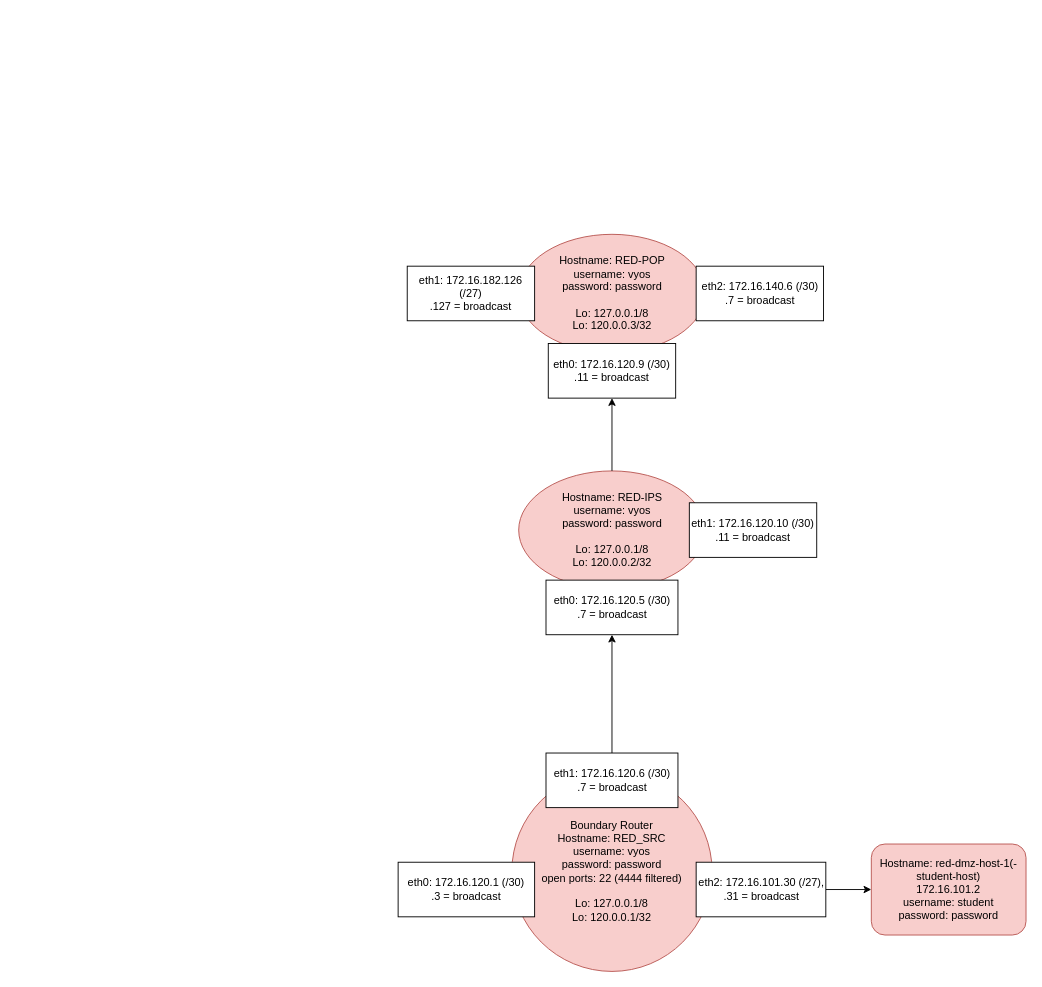
Earlier version of the draw.io diagram ctf/Untitled Diagram.drawio (abfarr/cctc). Source tidied: cells renumbered, new cells numbered last; positions are measured from the earlier drawing's top-left corner, leaving out a move shared by most shapes. Both pictures are drawn from the tidied source at 91%, with x=0, y=0 at pixel (398, 234).
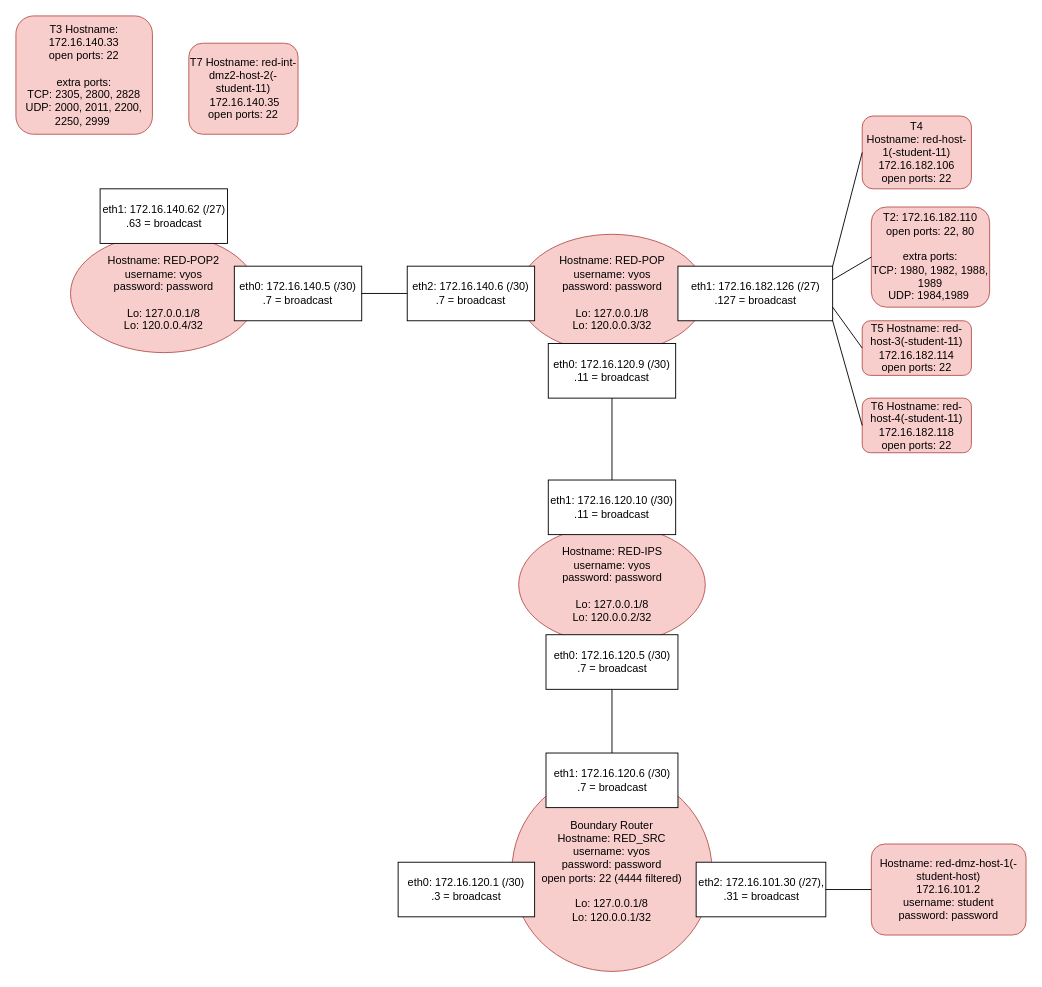
The same diagram, later.

The change refers to these unchanged cells:
```xml
<mxCell id="5" value="eth1: 172.16.120.6 (/30)&lt;br&gt;.7 = broadcast" style="rounded=0;whiteSpace=wrap;html=1;" parent="1" vertex="1">
  <mxGeometry x="162.5" y="570" width="145" height="60" as="geometry" />
</mxCell>
<mxCell id="7" value="eth2: 172.16.101.30 (/27),&lt;br&gt;.31 = broadcast" style="rounded=0;whiteSpace=wrap;html=1;" parent="1" vertex="1">
  <mxGeometry x="327.5" y="690" width="142.5" height="60" as="geometry" />
</mxCell>
<mxCell id="8" value="Hostname: red-dmz-host-1(-student-host)&lt;br&gt;172.16.101.2&lt;br&gt;username: student&lt;br&gt;password: password" style="rounded=1;whiteSpace=wrap;html=1;fillColor=#f8cecc;strokeColor=#b85450;" parent="1" vertex="1">
  <mxGeometry x="520" y="670" width="170" height="100" as="geometry" />
</mxCell>
<mxCell id="13" value="&lt;span&gt;eth0: 172.16.120.9 (/30)&lt;/span&gt;&lt;br&gt;&lt;span&gt;.11 = broadcast&lt;/span&gt;" style="rounded=0;whiteSpace=wrap;html=1;" parent="1" vertex="1">
  <mxGeometry x="165" y="120" width="140" height="60" as="geometry" />
</mxCell>
```

Diff of the diagram source:
```diff
@@
-    <mxCell id="4" style="edgeStyle=orthogonalEdgeStyle;rounded=0;jettySize=auto;html=1;exitX=0.5;exitY=0;exitDx=0;exitDy=0;entryX=0.5;entryY=1;entryDx=0;entryDy=0;" parent="1" edge="1" source="5" target="10">
-      <mxGeometry relative="1" as="geometry" />
-    </mxCell>
@@
-    <mxCell id="6" style="edgeStyle=orthogonalEdgeStyle;rounded=0;jettySize=auto;html=1;exitX=1;exitY=0.5;exitDx=0;exitDy=0;entryX=0;entryY=0.5;entryDx=0;entryDy=0;" parent="1" edge="1" source="7" target="8">
-      <mxGeometry relative="1" as="geometry" />
-    </mxCell>
@@
     <mxCell id="9" value="&lt;span&gt;Hostname: RED-IPS&lt;/span&gt;&lt;br&gt;&lt;span&gt;username: vyos&lt;/span&gt;&lt;br&gt;&lt;span&gt;password: password&lt;br&gt;&lt;br&gt;Lo: 127.0.0.1/8&lt;br&gt;Lo: 120.0.0.2/32&lt;br&gt;&lt;/span&gt;" style="ellipse;whiteSpace=wrap;html=1;fillColor=#f8cecc;strokeColor=#b85450;" parent="1" vertex="1">
-      <mxGeometry x="132.5" y="260" width="205" height="130" as="geometry" />
+      <mxGeometry x="132.5" y="320" width="205" height="130" as="geometry" />
     </mxCell>
     <mxCell id="10" value="&lt;span&gt;eth0: 172.16.120.5 (/30)&lt;/span&gt;&lt;br&gt;&lt;span&gt;.7 = broadcast&lt;/span&gt;" style="rounded=0;whiteSpace=wrap;html=1;" parent="1" vertex="1">
-      <mxGeometry x="162.5" y="380" width="145" height="60" as="geometry" />
+      <mxGeometry x="162.5" y="440" width="145" height="60" as="geometry" />
     </mxCell>
     <mxCell id="11" value="&lt;span&gt;eth1: 172.16.120.10 (/30)&lt;/span&gt;&lt;br&gt;&lt;span&gt;.11 = broadcast&lt;/span&gt;" style="rounded=0;whiteSpace=wrap;html=1;" parent="1" vertex="1">
-      <mxGeometry x="320" y="295" width="140" height="60" as="geometry" />
+      <mxGeometry x="165" y="270" width="140" height="60" as="geometry" />
     </mxCell>
@@
     <mxCell id="14" value="&lt;span&gt;eth1: 172.16.182.126 (/27)&lt;/span&gt;&lt;br&gt;&lt;span&gt;.127 = broadcast&lt;/span&gt;" style="rounded=0;whiteSpace=wrap;html=1;" parent="1" vertex="1">
-      <mxGeometry x="10" y="35" width="140" height="60" as="geometry" />
+      <mxGeometry x="307.5" y="35" width="170" height="60" as="geometry" />
     </mxCell>
-    <mxCell id="15" style="endArrow=classic;html=1;rounded=0;exitX=0.5;exitY=0;exitDx=0;exitDy=0;" parent="1" edge="1" source="9" target="13">
-      <mxGeometry relative="1" as="geometry" />
-    </mxCell>
     <mxCell id="16" value="&lt;span&gt;eth2: 172.16.140.6 (/30)&lt;/span&gt;&lt;br&gt;&lt;span&gt;.7 = broadcast&lt;/span&gt;" style="rounded=0;whiteSpace=wrap;html=1;" parent="1" vertex="1">
-      <mxGeometry x="327.5" y="35" width="140" height="60" as="geometry" />
+      <mxGeometry x="10" y="35" width="140" height="60" as="geometry" />
     </mxCell>
+    <mxCell id="17" value="T4&lt;br&gt;Hostname: red-host-1(-student-11)&lt;br&gt;172.16.182.106&lt;br&gt;open ports: 22" style="rounded=1;whiteSpace=wrap;html=1;fillColor=#f8cecc;strokeColor=#b85450;" parent="1" vertex="1">
+      <mxGeometry x="510" y="-130" width="120" height="80" as="geometry" />
+    </mxCell>
+    <mxCell id="18" value="T2: 172.16.182.110&lt;br&gt;open ports: 22, 80&lt;br&gt;&lt;br&gt;extra ports:&lt;br&gt;TCP: 1980, 1982, 1988, 1989&lt;br&gt;UDP: 1984,1989&amp;nbsp;" style="rounded=1;whiteSpace=wrap;html=1;fillColor=#f8cecc;strokeColor=#b85450;" parent="1" vertex="1">
+      <mxGeometry x="520" y="-30" width="130" height="110" as="geometry" />
+    </mxCell>
+    <mxCell id="19" value="T5 Hostname:&amp;nbsp;red-host-3(-student-11)&lt;br&gt;172.16.182.114&lt;br&gt;open ports: 22" style="rounded=1;whiteSpace=wrap;html=1;fillColor=#f8cecc;strokeColor=#b85450;" parent="1" vertex="1">
+      <mxGeometry x="510" y="95" width="120" height="60" as="geometry" />
+    </mxCell>
+    <mxCell id="20" value="T6 Hostname: red-host-4(-student-11)&lt;br&gt;172.16.182.118&lt;br&gt;open ports: 22" style="rounded=1;whiteSpace=wrap;html=1;fillColor=#f8cecc;strokeColor=#b85450;" parent="1" vertex="1">
+      <mxGeometry x="510" y="180" width="120" height="60" as="geometry" />
+    </mxCell>
+    <mxCell id="21" style="endArrow=none;html=1;rounded=0;exitX=0.5;exitY=0;exitDx=0;exitDy=0;entryX=0.5;entryY=1;entryDx=0;entryDy=0;" parent="1" edge="1" source="11" target="13">
+      <mxGeometry relative="1" as="geometry" />
+    </mxCell>
+    <mxCell id="4" style="endArrow=none;html=1;rounded=0;exitX=0.5;exitY=0;exitDx=0;exitDy=0;" parent="1" edge="1" source="5" target="10">
+      <mxGeometry relative="1" as="geometry" />
+    </mxCell>
+    <mxCell id="6" style="endArrow=none;html=1;rounded=0;exitX=1;exitY=0.5;exitDx=0;exitDy=0;entryX=0;entryY=0.5;entryDx=0;entryDy=0;" parent="1" edge="1" source="7" target="8">
+      <mxGeometry relative="1" as="geometry" />
+    </mxCell>
+    <mxCell id="22" value="&lt;span&gt;Hostname: RED-POP2&lt;/span&gt;&lt;br&gt;&lt;span&gt;username: vyos&lt;/span&gt;&lt;br&gt;&lt;span&gt;password: password&lt;br&gt;&lt;br&gt;Lo: 127.0.0.1/8&lt;br&gt;Lo: 120.0.0.4/32&lt;br&gt;&lt;/span&gt;" style="ellipse;whiteSpace=wrap;html=1;fillColor=#f8cecc;strokeColor=#b85450;" parent="1" vertex="1">
+      <mxGeometry x="-360" width="205" height="130" as="geometry" />
+    </mxCell>
+    <mxCell id="23" value="&lt;span&gt;eth0: 172.16.140.5 (/30)&lt;/span&gt;&lt;br&gt;&lt;span&gt;.7 = broadcast&lt;/span&gt;" style="rounded=0;whiteSpace=wrap;html=1;" parent="1" vertex="1">
+      <mxGeometry x="-180" y="35" width="140" height="60" as="geometry" />
+    </mxCell>
+    <mxCell id="24" value="&lt;span&gt;eth1: 172.16.140.62 (/27)&lt;/span&gt;&lt;br&gt;&lt;span&gt;.63 = broadcast&lt;/span&gt;" style="rounded=0;whiteSpace=wrap;html=1;" parent="1" vertex="1">
+      <mxGeometry x="-327.5" y="-50" width="140" height="60" as="geometry" />
+    </mxCell>
+    <mxCell id="25" style="endArrow=none;html=1;rounded=0;exitX=1;exitY=0.5;exitDx=0;exitDy=0;entryX=0;entryY=0.5;entryDx=0;entryDy=0;" parent="1" edge="1" source="23" target="16">
+      <mxGeometry relative="1" as="geometry" />
+    </mxCell>
+    <mxCell id="26" style="endArrow=none;html=1;rounded=0;entryX=0;entryY=0.5;entryDx=0;entryDy=0;exitX=1;exitY=0;exitDx=0;exitDy=0;" parent="1" edge="1" source="14" target="17">
+      <mxGeometry relative="1" as="geometry" />
+    </mxCell>
+    <mxCell id="27" style="endArrow=none;html=1;rounded=0;entryX=0;entryY=0.5;entryDx=0;entryDy=0;exitX=1;exitY=0.25;exitDx=0;exitDy=0;" parent="1" edge="1" source="14" target="18">
+      <mxGeometry relative="1" as="geometry" />
+    </mxCell>
+    <mxCell id="28" style="endArrow=none;html=1;rounded=0;entryX=0;entryY=0.5;entryDx=0;entryDy=0;exitX=1;exitY=0.75;exitDx=0;exitDy=0;" parent="1" edge="1" source="14" target="19">
+      <mxGeometry relative="1" as="geometry" />
+    </mxCell>
+    <mxCell id="29" style="endArrow=none;html=1;rounded=0;entryX=0;entryY=0.5;entryDx=0;entryDy=0;exitX=1;exitY=1;exitDx=0;exitDy=0;" parent="1" edge="1" source="14" target="20">
+      <mxGeometry relative="1" as="geometry" />
+    </mxCell>
+    <mxCell id="30" value="T3 Hostname: 172.16.140.33&lt;br&gt;open ports: 22&lt;br&gt;&lt;br&gt;extra ports: &lt;br&gt;TCP: 2305, 2800, 2828&lt;br&gt;UDP:&amp;nbsp;&lt;span&gt;2000, 2011, 2200, 2250, 2999&lt;/span&gt;&lt;span&gt;&amp;nbsp;&lt;/span&gt;" style="rounded=1;whiteSpace=wrap;html=1;fillColor=#f8cecc;strokeColor=#b85450;" parent="1" vertex="1">
+      <mxGeometry x="-420" y="-240" width="150" height="130" as="geometry" />
+    </mxCell>
+    <mxCell id="31" value="T7 Hostname:&amp;nbsp;red-int-dmz2-host-2(-student-11)&lt;br&gt;&amp;nbsp;172.16.140.35&lt;br&gt;open ports: 22" style="rounded=1;whiteSpace=wrap;html=1;fillColor=#f8cecc;strokeColor=#b85450;" parent="1" vertex="1">
+      <mxGeometry x="-230" y="-210" width="120" height="100" as="geometry" />
+    </mxCell>
```
